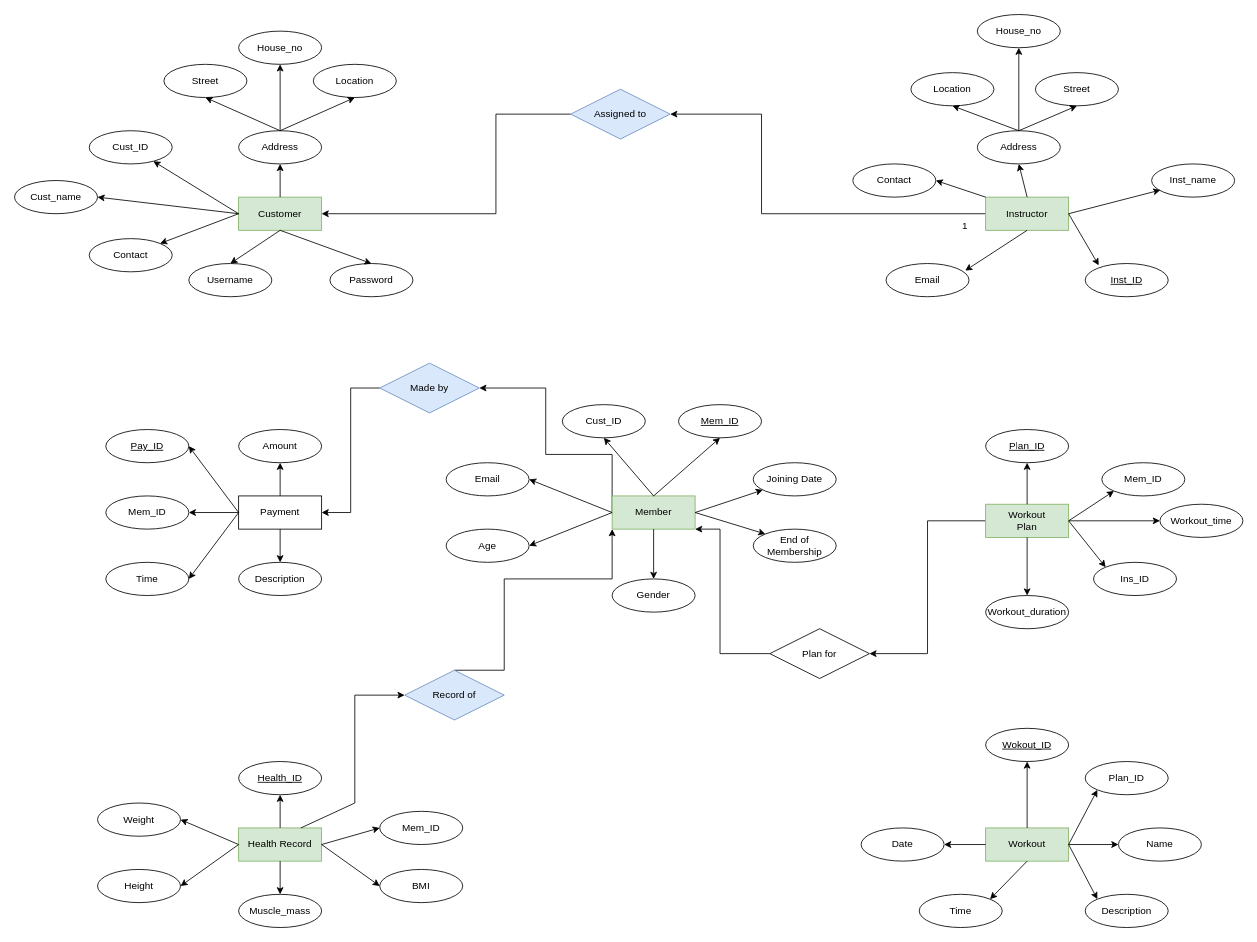
Above: dbms project er.drawio in kunalarora0930/AirCanvas (draw.io), before the change. Source tidied: cells renumbered, new cells numbered last; positions are measured from the earlier drawing's top-left corner, leaving out a move shared by most shapes. Both pictures are drawn from the tidied source at 83%, with x=0, y=0 at pixel (14, 14).
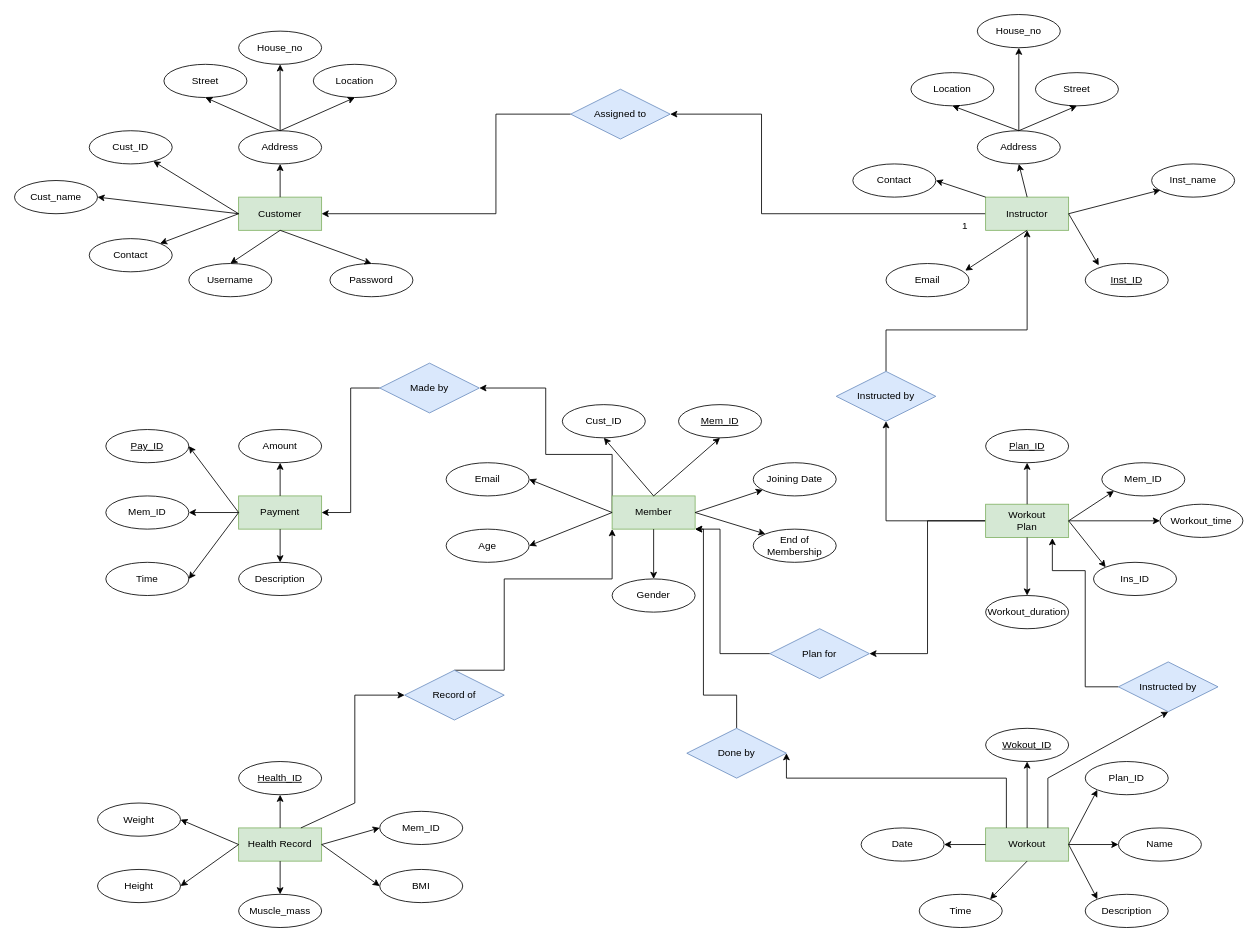
The same diagram, later.

The change refers to these unchanged cells:
```xml
<mxCell id="6" value="Instructor" style="whiteSpace=wrap;html=1;align=center;fillColor=#d5e8d4;strokeColor=#82b366;" parent="1" vertex="1">
  <mxGeometry x="1170" y="220" width="100" height="40" as="geometry" />
</mxCell>
<mxCell id="8" value="Workout&lt;br&gt;Plan" style="whiteSpace=wrap;html=1;align=center;fillColor=#d5e8d4;strokeColor=#82b366;" parent="1" vertex="1">
  <mxGeometry x="1170" y="590" width="100" height="40" as="geometry" />
</mxCell>
<mxCell id="9" value="Workout" style="whiteSpace=wrap;html=1;align=center;fillColor=#d5e8d4;strokeColor=#82b366;" parent="1" vertex="1">
  <mxGeometry x="1170" y="980" width="100" height="40" as="geometry" />
</mxCell>
```

The edit, as a diff of the source:
```diff
@@
+    <mxCell id="114" style="edgeStyle=orthogonalEdgeStyle;rounded=0;jettySize=auto;html=1;entryX=0.5;entryY=1;entryDx=0;entryDy=0;" parent="1" edge="1" source="8" target="122">
+      <mxGeometry relative="1" as="geometry" />
+    </mxCell>
@@
-    <mxCell id="10" value="Payment" style="whiteSpace=wrap;html=1;align=center;" parent="1" vertex="1">
+    <mxCell id="10" value="Payment" style="whiteSpace=wrap;html=1;align=center;fillColor=#d5e8d4;strokeColor=#82b366;" parent="1" vertex="1">
       <mxGeometry x="270" y="580" width="100" height="40" as="geometry" />
     </mxCell>
@@
-    <mxCell id="113" value="Plan for" style="shape=rhombus;perimeter=rhombusPerimeter;whiteSpace=wrap;html=1;align=center;" parent="1" vertex="1">
+    <mxCell id="113" value="Plan for" style="shape=rhombus;perimeter=rhombusPerimeter;whiteSpace=wrap;html=1;align=center;fillColor=#dae8fc;strokeColor=#6c8ebf;" parent="1" vertex="1">
       <mxGeometry x="910" y="740" width="120" height="60" as="geometry" />
     </mxCell>
+    <mxCell id="115" style="edgeStyle=orthogonalEdgeStyle;rounded=0;jettySize=auto;html=1;" parent="1" edge="1" source="116">
+      <mxGeometry relative="1" as="geometry">
+        <mxPoint x="820" y="620" as="targetPoint" />
+        <Array as="points">
+          <mxPoint x="870" y="820" />
+          <mxPoint x="830" y="820" />
+          <mxPoint x="830" y="620" />
+        </Array>
+      </mxGeometry>
+    </mxCell>
+    <mxCell id="116" value="Done by" style="shape=rhombus;perimeter=rhombusPerimeter;whiteSpace=wrap;html=1;align=center;fillColor=#dae8fc;strokeColor=#6c8ebf;" parent="1" vertex="1">
+      <mxGeometry x="810" y="860" width="120" height="60" as="geometry" />
+    </mxCell>
+    <mxCell id="117" style="endArrow=classic;html=1;rounded=0;exitX=0.25;exitY=0;exitDx=0;exitDy=0;entryX=1;entryY=0.5;entryDx=0;entryDy=0;" parent="1" edge="1" source="9" target="116">
+      <mxGeometry relative="1" as="geometry">
+        <Array as="points">
+          <mxPoint x="1195" y="920" />
+          <mxPoint x="930" y="920" />
+        </Array>
+      </mxGeometry>
+    </mxCell>
+    <mxCell id="118" style="edgeStyle=orthogonalEdgeStyle;rounded=0;jettySize=auto;html=1;entryX=0.804;entryY=1.02;entryDx=0;entryDy=0;entryPerimeter=0;" parent="1" edge="1" source="119" target="8">
+      <mxGeometry relative="1" as="geometry">
+        <Array as="points">
+          <mxPoint x="1290" y="810" />
+          <mxPoint x="1290" y="670" />
+          <mxPoint x="1250" y="670" />
+        </Array>
+      </mxGeometry>
+    </mxCell>
+    <mxCell id="119" value="Instructed by" style="shape=rhombus;perimeter=rhombusPerimeter;whiteSpace=wrap;html=1;align=center;fillColor=#dae8fc;strokeColor=#6c8ebf;" parent="1" vertex="1">
+      <mxGeometry x="1330" y="780" width="120" height="60" as="geometry" />
+    </mxCell>
+    <mxCell id="120" style="endArrow=classic;html=1;rounded=0;exitX=0.75;exitY=0;exitDx=0;exitDy=0;entryX=0.5;entryY=1;entryDx=0;entryDy=0;" parent="1" edge="1" source="9" target="119">
+      <mxGeometry relative="1" as="geometry">
+        <Array as="points">
+          <mxPoint x="1245" y="920" />
+        </Array>
+      </mxGeometry>
+    </mxCell>
+    <mxCell id="121" style="edgeStyle=orthogonalEdgeStyle;rounded=0;jettySize=auto;html=1;exitX=0.5;exitY=0;exitDx=0;exitDy=0;" parent="1" edge="1" source="122" target="6">
+      <mxGeometry relative="1" as="geometry">
+        <Array as="points">
+          <mxPoint x="1050" y="380" />
+          <mxPoint x="1220" y="380" />
+        </Array>
+      </mxGeometry>
+    </mxCell>
+    <mxCell id="122" value="Instructed by" style="shape=rhombus;perimeter=rhombusPerimeter;whiteSpace=wrap;html=1;align=center;fillColor=#dae8fc;strokeColor=#6c8ebf;" parent="1" vertex="1">
+      <mxGeometry x="990" y="430" width="120" height="60" as="geometry" />
+    </mxCell>
```
